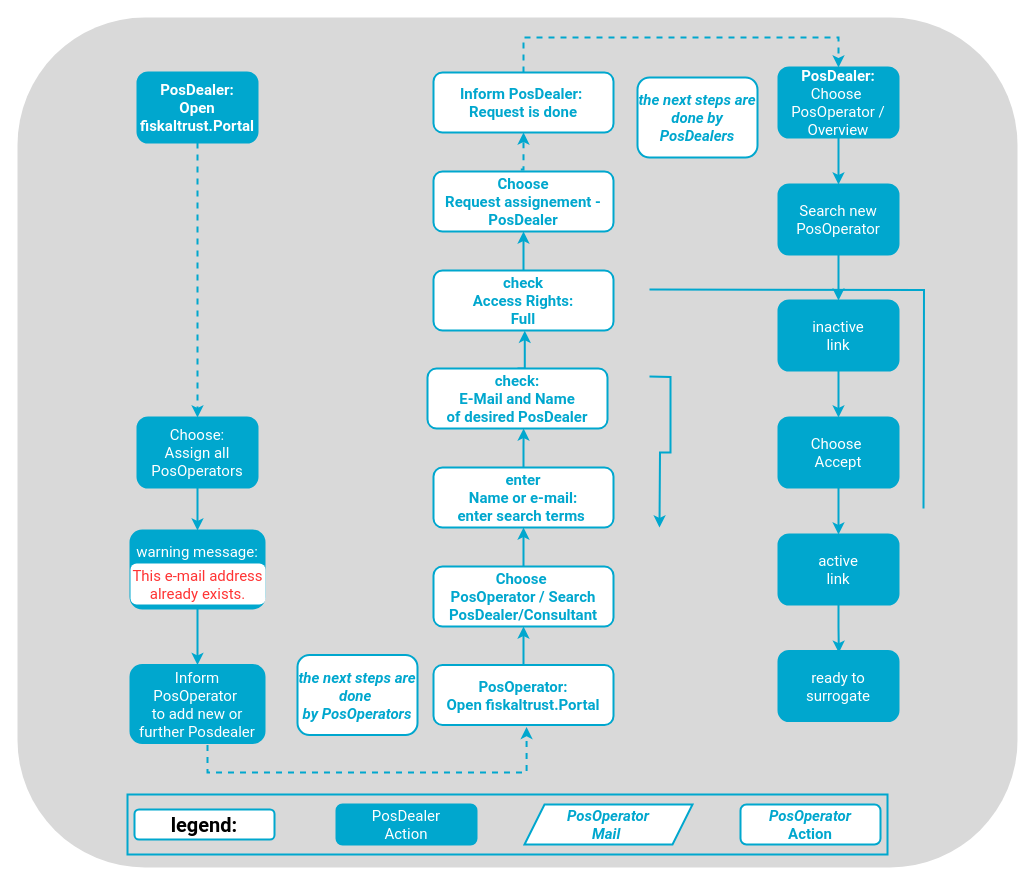
The draw.io diagram getting-started/operator-onboarding/images/sources/onboarding-already-logged-PosOperators.drawio in fiskaltrust/rollout-doc, before the edit. Source tidied: cells renumbered, new cells numbered last; positions are measured from the earlier drawing's top-left corner, leaving out a move shared by most shapes. Both pictures are drawn from the tidied source at 100%, with x=0, y=0 at pixel (17, 17).
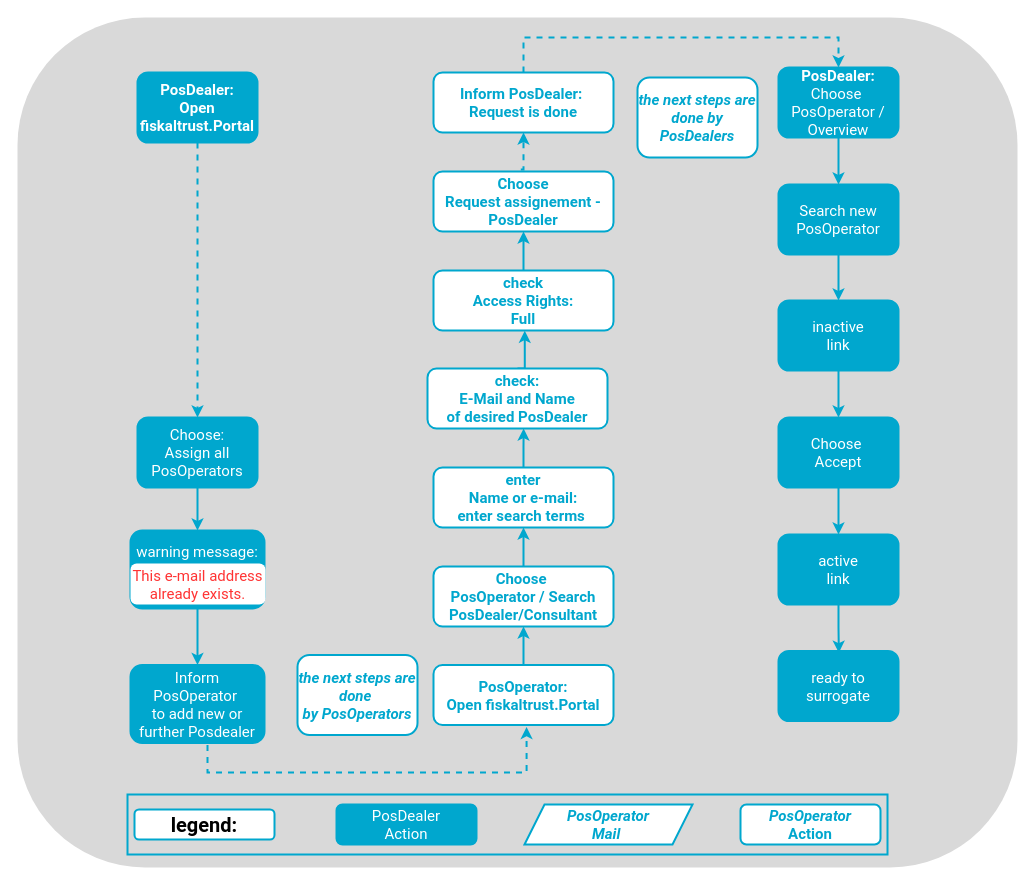
The same diagram, later.

Diff of the diagram source:
```diff
@@
-    <mxCell id="16" style="edgeStyle=orthogonalEdgeStyle;rounded=0;orthogonalLoop=1;jettySize=auto;html=1;fontColor=#00A7CE;strokeColor=#00A7CE;strokeWidth=2;entryX=0.5;entryY=0;entryDx=0;entryDy=0;" parent="1" edge="1">
-      <mxGeometry relative="1" as="geometry">
-        <mxPoint x="632" y="359" as="sourcePoint" />
-        <mxPoint x="642" y="510" as="targetPoint" />
-      </mxGeometry>
-    </mxCell>
-    <mxCell id="17" style="edgeStyle=orthogonalEdgeStyle;rounded=0;orthogonalLoop=1;jettySize=auto;html=1;fontFamily=Roboto;fontSize=24;fontColor=#00A7CE;strokeColor=#00A7CE;endArrow=none;strokeWidth=2;" parent="1" edge="1">
-      <mxGeometry relative="1" as="geometry">
-        <mxPoint x="632" y="272" as="sourcePoint" />
-        <mxPoint x="906" y="491" as="targetPoint" />
-      </mxGeometry>
-    </mxCell>
```
